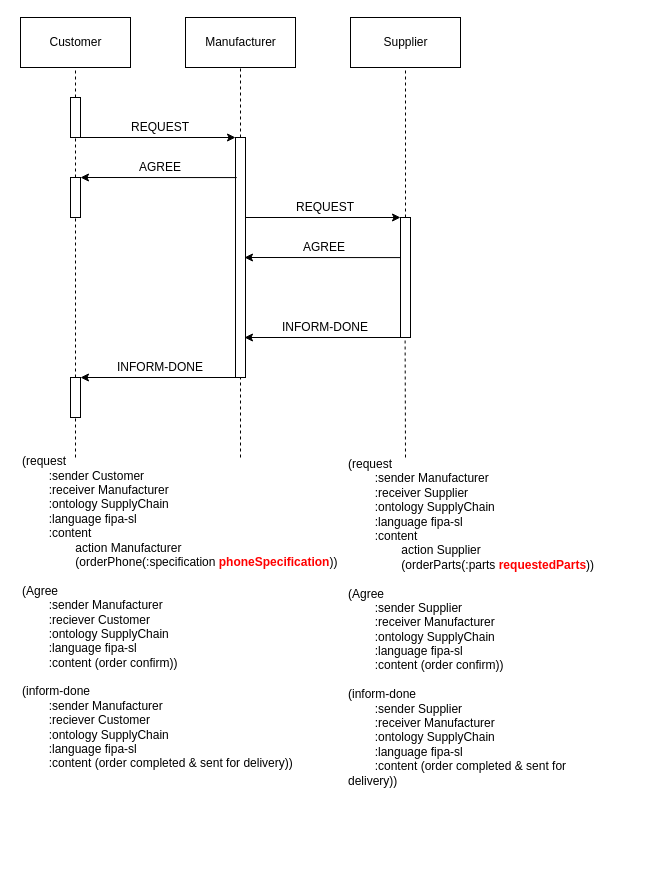
Above: report items/sequenceDiagram&ACL.drawio in KieranBurns112/Multi-Agent_System-Java-Jade- (draw.io), before the change. Source tidied: cells renumbered, new cells numbered last; positions are measured from the earlier drawing's top-left corner, leaving out a move shared by most shapes. Both pictures are drawn from the tidied source at 100%, with x=0, y=0 at pixel (20, 17).
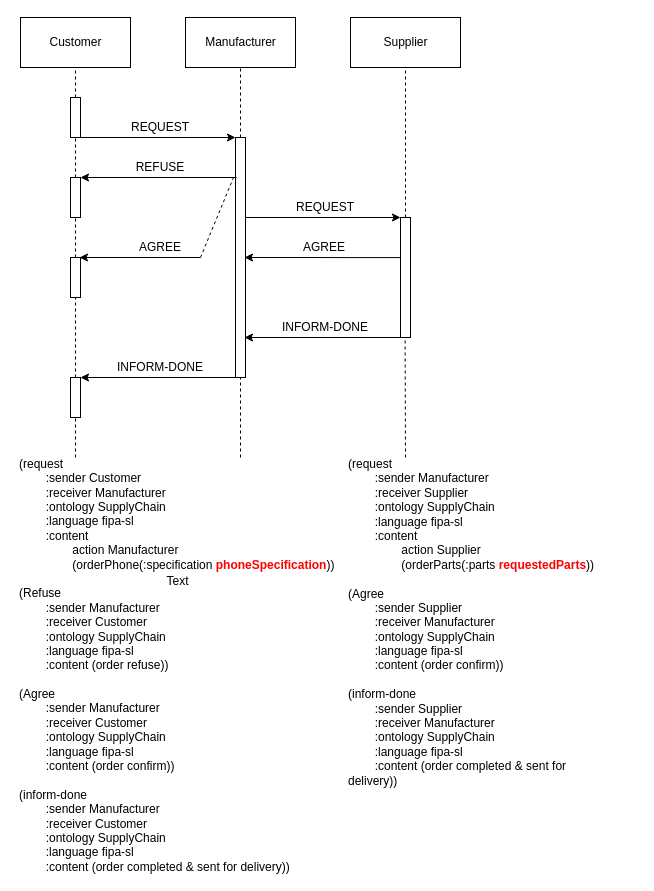
The same page after the edit.

Commit message (it also covers changes not shown here):
diagram and text fix for rejection state

Unchanged cells that the change refers to:
```xml
<mxCell id="8" style="html=1;points=[];perimeter=orthogonalPerimeter;" parent="1" vertex="1">
  <mxGeometry x="215" y="120" width="10" height="240" as="geometry" />
</mxCell>
<mxCell id="12" style="html=1;points=[];perimeter=orthogonalPerimeter;" parent="1" vertex="1">
  <mxGeometry x="50" y="360" width="10" height="40" as="geometry" />
</mxCell>
```

Change to the diagram source:
```diff
@@
-    <mxCell id="13" style="endArrow=none;dashed=1;html=1;" parent="1" edge="1" source="12">
+    <mxCell id="13" style="endArrow=none;dashed=1;html=1;" parent="1" edge="1" source="32">
       <mxGeometry relative="1" as="geometry">
         <mxPoint x="55" y="200" as="targetPoint" />
       </mxGeometry>
     </mxCell>
-    <mxCell id="14" style="endArrow=classic;html=1;exitX=0.12;exitY=0.167;exitDx=0;exitDy=0;exitPerimeter=0;" parent="1" edge="1" source="8">
+    <mxCell id="14" style="endArrow=classic;html=1;" parent="1" edge="1">
       <mxGeometry relative="1" as="geometry">
+        <mxPoint x="216" y="160" as="sourcePoint" />
         <mxPoint x="60" y="160" as="targetPoint" />
       </mxGeometry>
     </mxCell>
@@
     <mxCell id="16" value="AGREE" style="text;html=1;strokeColor=none;fillColor=none;align=center;verticalAlign=middle;whiteSpace=wrap;rounded=0;" parent="1" vertex="1">
-      <mxGeometry x="120" y="140" width="40" height="20" as="geometry" />
+      <mxGeometry x="120" y="220" width="40" height="20" as="geometry" />
     </mxCell>
@@
-    <mxCell id="20" value="&lt;div&gt;(request&lt;/div&gt;&lt;div&gt;&lt;span style=&quot;white-space: pre&quot;&gt;&#9;&lt;/span&gt;:sender Customer&lt;/div&gt;&lt;div&gt;&lt;span style=&quot;white-space: pre&quot;&gt;&#9;&lt;/span&gt;:&lt;span style=&quot;font-size: 9pt ; line-height: 12.84px ; font-family: &amp;#34;helvetica&amp;#34; , sans-serif&quot;&gt;receiver&lt;/span&gt;&amp;nbsp;Manufacturer&lt;/div&gt;&lt;div&gt;&lt;span style=&quot;white-space: pre&quot;&gt;&#9;&lt;/span&gt;:ontology SupplyChain&lt;/div&gt;&lt;div&gt;&lt;span style=&quot;white-space: pre&quot;&gt;&#9;&lt;/span&gt;:language fipa-sl&lt;/div&gt;&lt;div&gt;&lt;span style=&quot;white-space: pre&quot;&gt;&#9;&lt;/span&gt;:content&lt;/div&gt;&lt;div&gt;&lt;span style=&quot;white-space: pre&quot;&gt;&#9;&#9;&lt;/span&gt;action Manufacturer&lt;/div&gt;&lt;div&gt;&lt;span style=&quot;white-space: pre&quot;&gt;&#9;&#9;&lt;/span&gt;(orderPhone(:specification &lt;font color=&quot;#ff0000&quot;&gt;&lt;b&gt;phoneSpecification&lt;/b&gt;&lt;/font&gt;))&lt;/div&gt;&lt;div&gt;&lt;br&gt;&lt;/div&gt;&lt;div&gt;(Agree&lt;/div&gt;&lt;div&gt;&lt;span style=&quot;white-space: pre&quot;&gt;&#9;&lt;/span&gt;:sender Manufacturer&lt;/div&gt;&lt;div&gt;&lt;span style=&quot;white-space: pre&quot;&gt;&#9;&lt;/span&gt;:reciever Customer&lt;/div&gt;&lt;div&gt;&lt;span style=&quot;white-space: pre&quot;&gt;&#9;&lt;/span&gt;:ontology SupplyChain&lt;/div&gt;&lt;div&gt;&lt;span style=&quot;white-space: pre&quot;&gt;&#9;&lt;/span&gt;:language fipa-sl&lt;/div&gt;&lt;div&gt;&lt;span style=&quot;white-space: pre&quot;&gt;&#9;&lt;/span&gt;:content (order confirm))&lt;/div&gt;&lt;div&gt;&lt;br&gt;&lt;/div&gt;&lt;div&gt;(inform-done&lt;/div&gt;&lt;div&gt;&lt;span style=&quot;white-space: pre&quot;&gt;&#9;&lt;/span&gt;:sender Manufacturer&lt;/div&gt;&lt;div&gt;&lt;span style=&quot;white-space: pre&quot;&gt;&#9;&lt;/span&gt;:reciever Customer&lt;/div&gt;&lt;div&gt;&lt;span style=&quot;white-space: pre&quot;&gt;&#9;&lt;/span&gt;:ontology SupplyChain&lt;/div&gt;&lt;div&gt;&lt;span style=&quot;white-space: pre&quot;&gt;&#9;&lt;/span&gt;:language fipa-sl&lt;/div&gt;&lt;div&gt;&lt;span style=&quot;white-space: pre&quot;&gt;&#9;&lt;/span&gt;:content (order completed &amp;amp; sent for delivery))&lt;/div&gt;" style="text;html=1;strokeColor=none;fillColor=none;align=left;verticalAlign=middle;whiteSpace=wrap;rounded=0;" parent="1" vertex="1">
-      <mxGeometry y="440" width="320" height="310" as="geometry" />
+    <mxCell id="20" value="&lt;div&gt;(request&lt;/div&gt;&lt;div&gt;&lt;span style=&quot;white-space: pre&quot;&gt;&#9;&lt;/span&gt;:sender Customer&lt;/div&gt;&lt;div&gt;&lt;span style=&quot;white-space: pre&quot;&gt;&#9;&lt;/span&gt;:&lt;span style=&quot;font-size: 9pt ; line-height: 12.84px ; font-family: &amp;#34;helvetica&amp;#34; , sans-serif&quot;&gt;receiver&lt;/span&gt;&amp;nbsp;Manufacturer&lt;/div&gt;&lt;div&gt;&lt;span style=&quot;white-space: pre&quot;&gt;&#9;&lt;/span&gt;:ontology SupplyChain&lt;/div&gt;&lt;div&gt;&lt;span style=&quot;white-space: pre&quot;&gt;&#9;&lt;/span&gt;:language fipa-sl&lt;/div&gt;&lt;div&gt;&lt;span style=&quot;white-space: pre&quot;&gt;&#9;&lt;/span&gt;:content&lt;/div&gt;&lt;div&gt;&lt;span style=&quot;white-space: pre&quot;&gt;&#9;&#9;&lt;/span&gt;action Manufacturer&lt;/div&gt;&lt;div&gt;&lt;span style=&quot;white-space: pre&quot;&gt;&#9;&#9;&lt;/span&gt;(orderPhone(:specification &lt;font color=&quot;#ff0000&quot;&gt;&lt;b&gt;phoneSpecification&lt;/b&gt;&lt;/font&gt;))&lt;/div&gt;&lt;div&gt;&lt;br&gt;&lt;/div&gt;&lt;div&gt;&lt;div&gt;(Refuse&lt;/div&gt;&lt;div&gt;&lt;span style=&quot;white-space: pre&quot;&gt;&#9;&lt;/span&gt;:sender Manufacturer&lt;/div&gt;&lt;div&gt;&lt;span style=&quot;white-space: pre&quot;&gt;&#9;&lt;/span&gt;:receiver Customer&lt;/div&gt;&lt;div&gt;&lt;span style=&quot;white-space: pre&quot;&gt;&#9;&lt;/span&gt;:ontology SupplyChain&lt;/div&gt;&lt;div&gt;&lt;span style=&quot;white-space: pre&quot;&gt;&#9;&lt;/span&gt;:language fipa-sl&lt;/div&gt;&lt;div&gt;&lt;span style=&quot;white-space: pre&quot;&gt;&#9;&lt;/span&gt;:content (order refuse))&lt;/div&gt;&lt;/div&gt;&lt;div&gt;&lt;br&gt;&lt;/div&gt;&lt;div&gt;(Agree&lt;/div&gt;&lt;div&gt;&lt;span style=&quot;white-space: pre&quot;&gt;&#9;&lt;/span&gt;:sender Manufacturer&lt;/div&gt;&lt;div&gt;&lt;span style=&quot;white-space: pre&quot;&gt;&#9;&lt;/span&gt;:receiver Customer&lt;/div&gt;&lt;div&gt;&lt;span style=&quot;white-space: pre&quot;&gt;&#9;&lt;/span&gt;:ontology SupplyChain&lt;/div&gt;&lt;div&gt;&lt;span style=&quot;white-space: pre&quot;&gt;&#9;&lt;/span&gt;:language fipa-sl&lt;/div&gt;&lt;div&gt;&lt;span style=&quot;white-space: pre&quot;&gt;&#9;&lt;/span&gt;:content (order confirm))&lt;/div&gt;&lt;div&gt;&lt;br&gt;&lt;/div&gt;&lt;div&gt;(inform-done&lt;/div&gt;&lt;div&gt;&lt;span style=&quot;white-space: pre&quot;&gt;&#9;&lt;/span&gt;:sender Manufacturer&lt;/div&gt;&lt;div&gt;&lt;span style=&quot;white-space: pre&quot;&gt;&#9;&lt;/span&gt;:receiver Customer&lt;/div&gt;&lt;div&gt;&lt;span style=&quot;white-space: pre&quot;&gt;&#9;&lt;/span&gt;:ontology SupplyChain&lt;/div&gt;&lt;div&gt;&lt;span style=&quot;white-space: pre&quot;&gt;&#9;&lt;/span&gt;:language fipa-sl&lt;/div&gt;&lt;div&gt;&lt;span style=&quot;white-space: pre&quot;&gt;&#9;&lt;/span&gt;:content (order completed &amp;amp; sent for delivery))&lt;/div&gt;" style="text;html=1;strokeColor=none;fillColor=none;align=left;verticalAlign=middle;whiteSpace=wrap;rounded=0;" parent="1" vertex="1">
+      <mxGeometry x="-3" y="493" width="320" height="310" as="geometry" />
     </mxCell>
@@
+    <mxCell id="32" style="html=1;points=[];perimeter=orthogonalPerimeter;" parent="1" vertex="1">
+      <mxGeometry x="50" y="240" width="10" height="40" as="geometry" />
+    </mxCell>
+    <mxCell id="33" style="endArrow=none;dashed=1;html=1;" parent="1" edge="1" source="12" target="32">
+      <mxGeometry relative="1" as="geometry" />
+    </mxCell>
+    <mxCell id="34" style="endArrow=classic;html=1;" parent="1" edge="1">
+      <mxGeometry relative="1" as="geometry">
+        <mxPoint x="180" y="240" as="sourcePoint" />
+        <mxPoint x="59" y="240" as="targetPoint" />
+      </mxGeometry>
+    </mxCell>
+    <mxCell id="35" value="REFUSE" style="text;html=1;strokeColor=none;fillColor=none;align=center;verticalAlign=middle;whiteSpace=wrap;rounded=0;" parent="1" vertex="1">
+      <mxGeometry x="120" y="140" width="40" height="20" as="geometry" />
+    </mxCell>
+    <mxCell id="36" style="endArrow=none;dashed=1;html=1;entryX=-0.2;entryY=0.167;entryDx=0;entryDy=0;entryPerimeter=0;" parent="1" edge="1" target="8">
+      <mxGeometry relative="1" as="geometry">
+        <mxPoint x="180" y="240" as="sourcePoint" />
+      </mxGeometry>
+    </mxCell>
+    <mxCell id="37" value="Text" style="text;html=1;align=center;verticalAlign=middle;" parent="1" vertex="1">
+      <mxGeometry x="137" y="554" width="40" height="20" as="geometry" />
+    </mxCell>
```
